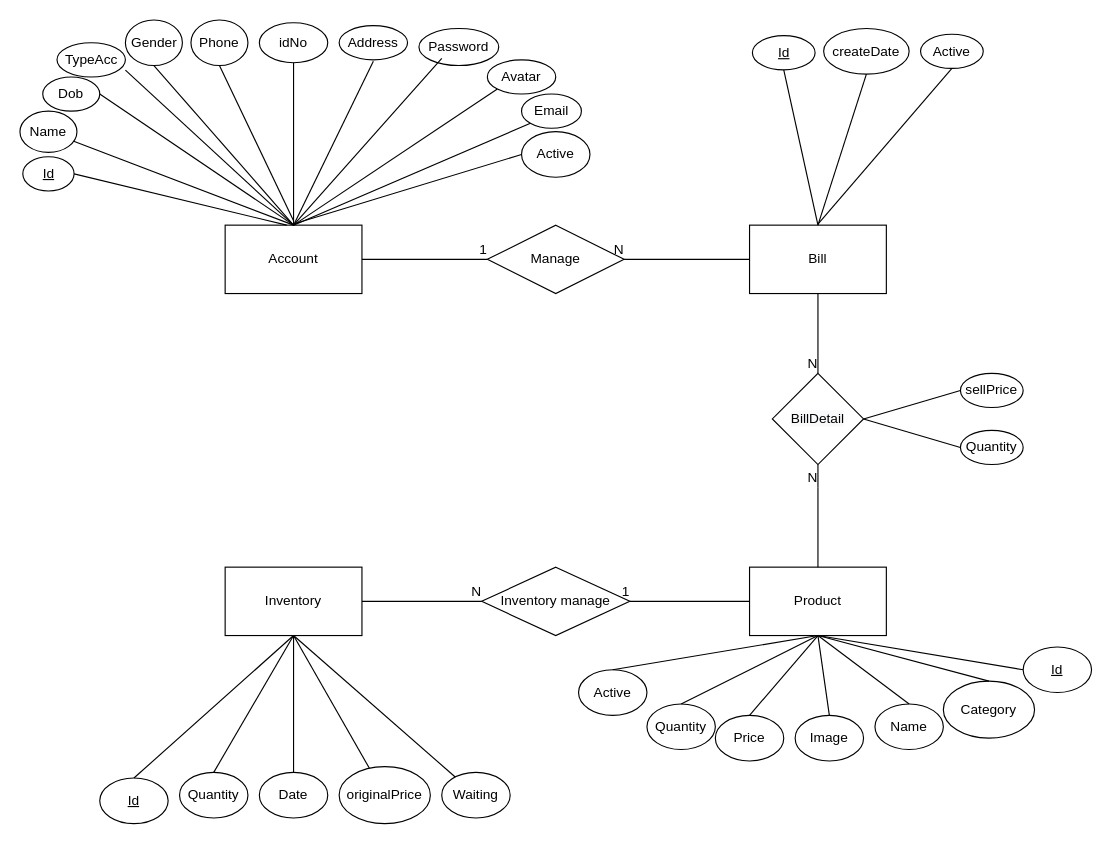
This is erd.drawio from khoahc/DBMS-QLCHNoiThat, a draw.io file, before an edit. Source tidied: cells renumbered, new cells numbered last; positions are measured from the earlier drawing's top-left corner, leaving out a move shared by most shapes. Both pictures are drawn from the tidied source at 114%, with x=0, y=0 at pixel (19, 19).
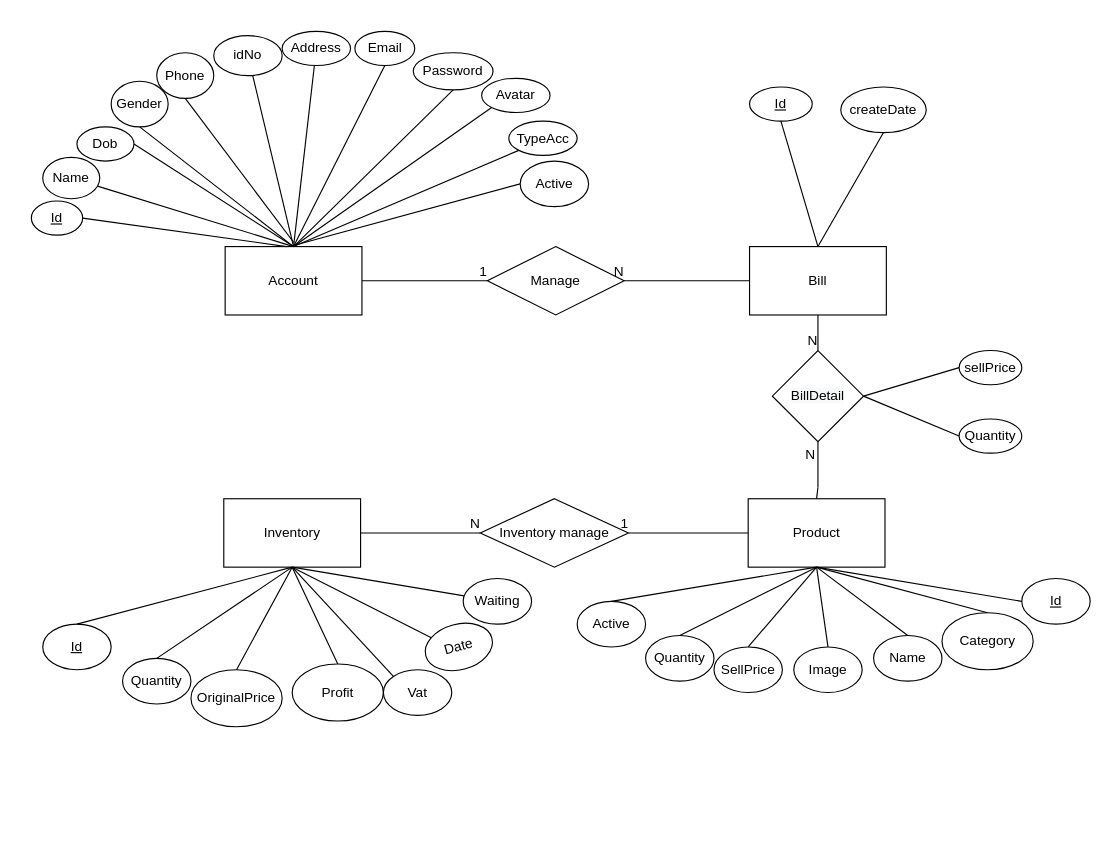
The same diagram, later.

The change refers to these unchanged cells:
```xml
<mxCell id="70" style="endArrow=none;html=1;rounded=0;exitX=0.5;exitY=0;exitDx=0;exitDy=0;" parent="1" edge="1" source="3">
  <mxGeometry relative="1" as="geometry">
    <mxPoint x="700" y="410" as="targetPoint" />
  </mxGeometry>
</mxCell>
```

Diff of the diagram source:
```diff
@@
     <mxCell id="2" value="Account" style="rounded=0;whiteSpace=wrap;html=1;" parent="1" vertex="1">
-      <mxGeometry x="180" y="180" width="120" height="60" as="geometry" />
+      <mxGeometry x="180" y="198.8" width="120" height="60" as="geometry" />
     </mxCell>
     <mxCell id="3" value="Product" style="rounded=0;whiteSpace=wrap;html=1;" parent="1" vertex="1">
-      <mxGeometry x="640" y="480" width="120" height="60" as="geometry" />
+      <mxGeometry x="638.8" y="420" width="120" height="60" as="geometry" />
     </mxCell>
     <mxCell id="4" value="Inventory" style="rounded=0;whiteSpace=wrap;html=1;" parent="1" vertex="1">
-      <mxGeometry x="180" y="480" width="120" height="60" as="geometry" />
+      <mxGeometry x="178.8" y="420" width="120" height="60" as="geometry" />
     </mxCell>
     <mxCell id="5" value="Bill" style="rounded=0;whiteSpace=wrap;html=1;" parent="1" vertex="1">
-      <mxGeometry x="640" y="180" width="120" height="60" as="geometry" />
+      <mxGeometry x="640" y="198.8" width="120" height="60" as="geometry" />
     </mxCell>
     <mxCell id="6" value="Gender" style="ellipse;whiteSpace=wrap;html=1;" parent="1" vertex="1">
-      <mxGeometry x="92.5" width="50" height="40" as="geometry" />
+      <mxGeometry x="80" y="53.8" width="50" height="40" as="geometry" />
     </mxCell>
     <mxCell id="7" value="Dob" style="ellipse;whiteSpace=wrap;html=1;" parent="1" vertex="1">
-      <mxGeometry x="20" y="50" width="50" height="30" as="geometry" />
+      <mxGeometry x="50" y="93.8" width="50" height="30" as="geometry" />
     </mxCell>
     <mxCell id="8" value="Name" style="ellipse;whiteSpace=wrap;html=1;" parent="1" vertex="1">
-      <mxGeometry y="80" width="50" height="36.2" as="geometry" />
+      <mxGeometry x="20" y="120.6" width="50" height="36.2" as="geometry" />
     </mxCell>
     <mxCell id="9" value="Email" style="ellipse;whiteSpace=wrap;html=1;" parent="1" vertex="1">
-      <mxGeometry x="440" y="65" width="52.5" height="30" as="geometry" />
+      <mxGeometry x="293.8" y="10" width="52.5" height="30" as="geometry" />
     </mxCell>
-    <mxCell id="10" value="Address" style="ellipse;whiteSpace=wrap;html=1;" parent="1" vertex="1">
-      <mxGeometry x="280" y="5" width="60" height="30" as="geometry" />
-    </mxCell>
     <mxCell id="11" value="idNo" style="ellipse;whiteSpace=wrap;html=1;" parent="1" vertex="1">
-      <mxGeometry x="210" y="2.5" width="60" height="35" as="geometry" />
+      <mxGeometry x="170" y="13.8" width="60" height="35" as="geometry" />
     </mxCell>
     <mxCell id="12" value="Phone" style="ellipse;whiteSpace=wrap;html=1;" parent="1" vertex="1">
-      <mxGeometry x="150" width="50" height="40" as="geometry" />
+      <mxGeometry x="120" y="28.8" width="50" height="40" as="geometry" />
     </mxCell>
     <mxCell id="13" value="Avatar" style="ellipse;whiteSpace=wrap;html=1;" parent="1" vertex="1">
-      <mxGeometry x="410" y="35" width="60" height="30" as="geometry" />
+      <mxGeometry x="405" y="51.2" width="60" height="30" as="geometry" />
     </mxCell>
     <mxCell id="14" value="Password" style="ellipse;whiteSpace=wrap;html=1;" parent="1" vertex="1">
-      <mxGeometry x="350" y="7.5" width="70" height="32.5" as="geometry" />
+      <mxGeometry x="345" y="28.8" width="70" height="32.5" as="geometry" />
     </mxCell>
     <mxCell id="15" value="TypeAcc" style="ellipse;whiteSpace=wrap;html=1;" parent="1" vertex="1">
-      <mxGeometry x="32.5" y="20" width="60" height="30" as="geometry" />
+      <mxGeometry x="428.8" y="88.8" width="60" height="30" as="geometry" />
     </mxCell>
     <mxCell id="16" value="Active" style="ellipse;whiteSpace=wrap;html=1;" parent="1" vertex="1">
-      <mxGeometry x="440" y="98" width="60" height="40" as="geometry" />
+      <mxGeometry x="438.8" y="123.8" width="60" height="40" as="geometry" />
     </mxCell>
     <mxCell id="17" value="&lt;u&gt;Id&lt;/u&gt;" style="ellipse;whiteSpace=wrap;html=1;" parent="1" vertex="1">
-      <mxGeometry x="2.5" y="120" width="45" height="30" as="geometry" />
+      <mxGeometry x="10" y="158.8" width="45" height="30" as="geometry" />
     </mxCell>
     <mxCell id="18" value="Active" style="ellipse;whiteSpace=wrap;html=1;" parent="1" vertex="1">
-      <mxGeometry x="490" y="570" width="60" height="40" as="geometry" />
+      <mxGeometry x="488.8" y="510" width="60" height="40" as="geometry" />
     </mxCell>
     <mxCell id="19" value="Quantity" style="ellipse;whiteSpace=wrap;html=1;" parent="1" vertex="1">
-      <mxGeometry x="550" y="600" width="60" height="40" as="geometry" />
+      <mxGeometry x="548.8" y="540" width="60" height="40" as="geometry" />
     </mxCell>
-    <mxCell id="20" value="Price" style="ellipse;whiteSpace=wrap;html=1;" parent="1" vertex="1">
-      <mxGeometry x="610" y="610" width="60" height="40" as="geometry" />
+    <mxCell id="20" value="SellPrice" style="ellipse;whiteSpace=wrap;html=1;" parent="1" vertex="1">
+      <mxGeometry x="608.8" y="550" width="60" height="40" as="geometry" />
     </mxCell>
     <mxCell id="21" value="Image" style="ellipse;whiteSpace=wrap;html=1;" parent="1" vertex="1">
-      <mxGeometry x="680" y="610" width="60" height="40" as="geometry" />
+      <mxGeometry x="678.8" y="550" width="60" height="40" as="geometry" />
     </mxCell>
     <mxCell id="22" value="Name" style="ellipse;whiteSpace=wrap;html=1;" parent="1" vertex="1">
-      <mxGeometry x="750" y="600" width="60" height="40" as="geometry" />
+      <mxGeometry x="748.8" y="540" width="60" height="40" as="geometry" />
     </mxCell>
     <mxCell id="23" value="Category" style="ellipse;whiteSpace=wrap;html=1;" parent="1" vertex="1">
-      <mxGeometry x="810" y="580" width="80" height="50" as="geometry" />
+      <mxGeometry x="808.8" y="520" width="80" height="50" as="geometry" />
     </mxCell>
     <mxCell id="24" value="&lt;u&gt;Id&lt;/u&gt;" style="ellipse;whiteSpace=wrap;html=1;" parent="1" vertex="1">
-      <mxGeometry x="880" y="550" width="60" height="40" as="geometry" />
+      <mxGeometry x="878.8" y="490" width="60" height="40" as="geometry" />
     </mxCell>
     <mxCell id="25" value="Waiting" style="ellipse;whiteSpace=wrap;html=1;" parent="1" vertex="1">
-      <mxGeometry x="370" y="660" width="60" height="40" as="geometry" />
+      <mxGeometry x="388.8" y="490" width="60" height="40" as="geometry" />
     </mxCell>
-    <mxCell id="26" value="Date" style="ellipse;whiteSpace=wrap;html=1;" parent="1" vertex="1">
-      <mxGeometry x="210" y="660" width="60" height="40" as="geometry" />
+    <mxCell id="26" value="Date" style="ellipse;whiteSpace=wrap;html=1;rotation=-15;" parent="1" vertex="1">
+      <mxGeometry x="355" y="530" width="60" height="40" as="geometry" />
     </mxCell>
-    <mxCell id="27" value="originalPrice" style="ellipse;whiteSpace=wrap;html=1;" parent="1" vertex="1">
-      <mxGeometry x="280" y="655" width="80" height="50" as="geometry" />
+    <mxCell id="27" value="OriginalPrice" style="ellipse;whiteSpace=wrap;html=1;" parent="1" vertex="1">
+      <mxGeometry x="150" y="570" width="80" height="50" as="geometry" />
     </mxCell>
     <mxCell id="28" value="Quantity" style="ellipse;whiteSpace=wrap;html=1;" parent="1" vertex="1">
-      <mxGeometry x="140" y="660" width="60" height="40" as="geometry" />
+      <mxGeometry x="90" y="560" width="60" height="40" as="geometry" />
     </mxCell>
     <mxCell id="29" value="&lt;u&gt;Id&lt;/u&gt;" style="ellipse;whiteSpace=wrap;html=1;" parent="1" vertex="1">
-      <mxGeometry x="70" y="665" width="60" height="40" as="geometry" />
+      <mxGeometry x="20" y="530" width="60" height="40" as="geometry" />
     </mxCell>
     <mxCell id="30" value="sellPrice" style="ellipse;whiteSpace=wrap;html=1;" parent="1" vertex="1">
-      <mxGeometry x="825" y="310" width="55" height="30" as="geometry" />
+      <mxGeometry x="823.8" y="290" width="55" height="30" as="geometry" />
     </mxCell>
     <mxCell id="31" value="Quantity" style="ellipse;whiteSpace=wrap;html=1;" parent="1" vertex="1">
-      <mxGeometry x="825" y="360" width="55" height="30" as="geometry" />
+      <mxGeometry x="823.8" y="350" width="55" height="30" as="geometry" />
     </mxCell>
-    <mxCell id="32" value="Active" style="ellipse;whiteSpace=wrap;html=1;" parent="1" vertex="1">
-      <mxGeometry x="790" y="12.5" width="55" height="30" as="geometry" />
-    </mxCell>
     <mxCell id="33" value="createDate" style="ellipse;whiteSpace=wrap;html=1;" parent="1" vertex="1">
-      <mxGeometry x="705" y="7.5" width="75" height="40" as="geometry" />
+      <mxGeometry x="720" y="58.8" width="75" height="40" as="geometry" />
     </mxCell>
     <mxCell id="34" value="&lt;u&gt;Id&lt;/u&gt;" style="ellipse;whiteSpace=wrap;html=1;" parent="1" vertex="1">
-      <mxGeometry x="642.5" y="13.8" width="55" height="30" as="geometry" />
+      <mxGeometry x="640" y="58.8" width="55" height="30" as="geometry" />
     </mxCell>
-    <mxCell id="35" style="endArrow=none;html=1;entryX=0;entryY=1;entryDx=0;entryDy=0;" parent="1" edge="1" target="9">
+    <mxCell id="35" style="endArrow=none;html=1;entryX=0.5;entryY=1;entryDx=0;entryDy=0;" parent="1" edge="1" target="9">
       <mxGeometry relative="1" as="geometry">
-        <mxPoint x="240" y="180" as="sourcePoint" />
+        <mxPoint x="240" y="198.8" as="sourcePoint" />
       </mxGeometry>
     </mxCell>
-    <mxCell id="36" style="endArrow=none;html=1;entryX=0.286;entryY=0.808;entryDx=0;entryDy=0;entryPerimeter=0;exitX=0.5;exitY=0;exitDx=0;exitDy=0;" parent="1" edge="1" source="2" target="14">
+    <mxCell id="36" style="endArrow=none;html=1;entryX=0.5;entryY=1;entryDx=0;entryDy=0;exitX=0.5;exitY=0;exitDx=0;exitDy=0;" parent="1" edge="1" source="2" target="14">
       <mxGeometry relative="1" as="geometry" />
     </mxCell>
@@
-    <mxCell id="38" style="endArrow=none;html=1;exitX=0.5;exitY=0;exitDx=0;exitDy=0;" parent="1" edge="1" source="2">
-      <mxGeometry relative="1" as="geometry">
-        <mxPoint x="310" y="36.2" as="targetPoint" />
-      </mxGeometry>
-    </mxCell>
     <mxCell id="39" style="endArrow=none;html=1;entryX=0;entryY=0.5;entryDx=0;entryDy=0;" parent="1" edge="1" target="16">
       <mxGeometry relative="1" as="geometry">
-        <mxPoint x="240" y="179" as="sourcePoint" />
+        <mxPoint x="240" y="197.8" as="sourcePoint" />
       </mxGeometry>
     </mxCell>
@@
-    <mxCell id="42" style="endArrow=none;html=1;entryX=1;entryY=0.8;entryDx=0;entryDy=0;entryPerimeter=0;exitX=0.5;exitY=0;exitDx=0;exitDy=0;" parent="1" edge="1" source="2" target="15">
+    <mxCell id="42" style="endArrow=none;html=1;entryX=0;entryY=1;entryDx=0;entryDy=0;exitX=0.5;exitY=0;exitDx=0;exitDy=0;" parent="1" edge="1" source="2" target="15">
       <mxGeometry relative="1" as="geometry" />
     </mxCell>
@@
     <mxCell id="44" style="endArrow=none;html=1;entryX=0.5;entryY=1;entryDx=0;entryDy=0;" parent="1" edge="1" target="12">
       <mxGeometry relative="1" as="geometry">
-        <mxPoint x="240" y="176.2" as="sourcePoint" />
+        <mxPoint x="240" y="195" as="sourcePoint" />
       </mxGeometry>
     </mxCell>
@@
     <mxCell id="47" value="&#10;&#10;&lt;span style=&quot;color: rgb(0, 0, 0); font-family: helvetica; font-size: 12px; font-style: normal; font-weight: 400; letter-spacing: normal; text-align: center; text-indent: 0px; text-transform: none; word-spacing: 0px; background-color: rgb(248, 249, 250); display: inline; float: none;&quot;&gt;BillDetail&lt;/span&gt;&#10;&#10;" style="rhombus;whiteSpace=wrap;html=1;" parent="1" vertex="1">
-      <mxGeometry x="660" y="310" width="80" height="80" as="geometry" />
+      <mxGeometry x="660" y="290" width="80" height="80" as="geometry" />
     </mxCell>
     <mxCell id="48" style="endArrow=none;html=1;exitX=0.5;exitY=0;exitDx=0;exitDy=0;" parent="1" edge="1" source="22">
       <mxGeometry relative="1" as="geometry">
-        <mxPoint x="700" y="540" as="targetPoint" />
+        <mxPoint x="698.8" y="480" as="targetPoint" />
       </mxGeometry>
     </mxCell>
     <mxCell id="49" style="endArrow=none;html=1;exitX=0.5;exitY=0;exitDx=0;exitDy=0;" parent="1" edge="1" source="21">
       <mxGeometry relative="1" as="geometry">
-        <mxPoint x="700" y="540" as="targetPoint" />
+        <mxPoint x="698.8" y="480" as="targetPoint" />
       </mxGeometry>
     </mxCell>
     <mxCell id="50" style="endArrow=none;html=1;exitX=0.5;exitY=0;exitDx=0;exitDy=0;" parent="1" edge="1" source="20">
       <mxGeometry relative="1" as="geometry">
-        <mxPoint x="700" y="540" as="targetPoint" />
+        <mxPoint x="698.8" y="480" as="targetPoint" />
       </mxGeometry>
     </mxCell>
     <mxCell id="51" style="endArrow=none;html=1;exitX=0.5;exitY=0;exitDx=0;exitDy=0;" parent="1" edge="1" source="19">
       <mxGeometry relative="1" as="geometry">
-        <mxPoint x="700" y="540" as="targetPoint" />
+        <mxPoint x="698.8" y="480" as="targetPoint" />
       </mxGeometry>
     </mxCell>
     <mxCell id="52" style="endArrow=none;html=1;exitX=0.5;exitY=0;exitDx=0;exitDy=0;" parent="1" edge="1" source="18">
       <mxGeometry relative="1" as="geometry">
-        <mxPoint x="700" y="540" as="targetPoint" />
+        <mxPoint x="698.8" y="480" as="targetPoint" />
       </mxGeometry>
     </mxCell>
     <mxCell id="53" style="endArrow=none;html=1;exitX=0;exitY=0.5;exitDx=0;exitDy=0;" parent="1" edge="1" source="24">
       <mxGeometry relative="1" as="geometry">
-        <mxPoint x="700" y="540" as="targetPoint" />
+        <mxPoint x="698.8" y="480" as="targetPoint" />
       </mxGeometry>
     </mxCell>
@@
-    <mxCell id="57" style="endArrow=none;html=1;exitX=0.5;exitY=1;exitDx=0;exitDy=0;" parent="1" edge="1" source="32">
-      <mxGeometry relative="1" as="geometry">
-        <mxPoint x="700" y="179" as="targetPoint" />
-      </mxGeometry>
-    </mxCell>
@@
     <mxCell id="59" style="endArrow=none;html=1;entryX=0.5;entryY=1;entryDx=0;entryDy=0;" parent="1" edge="1" target="34">
       <mxGeometry relative="1" as="geometry">
-        <mxPoint x="700" y="180" as="sourcePoint" />
+        <mxPoint x="700" y="198.8" as="sourcePoint" />
       </mxGeometry>
     </mxCell>
     <mxCell id="60" value="Inventory manage" style="shape=rhombus;perimeter=rhombusPerimeter;whiteSpace=wrap;html=1;align=center;" parent="1" vertex="1">
-      <mxGeometry x="405" y="480" width="130" height="60" as="geometry" />
+      <mxGeometry x="403.8" y="420" width="130" height="60" as="geometry" />
     </mxCell>
     <mxCell id="61" value="Manage" style="shape=rhombus;perimeter=rhombusPerimeter;whiteSpace=wrap;html=1;align=center;" parent="1" vertex="1">
-      <mxGeometry x="410" y="180" width="120" height="60" as="geometry" />
+      <mxGeometry x="410" y="198.8" width="120" height="60" as="geometry" />
     </mxCell>
@@
     <mxCell id="71" value="N" style="html=1;align=right;verticalAlign=bottom;" parent="70" vertex="1">
-      <mxGeometry x="1" relative="1" as="geometry" />
+      <mxGeometry x="1" relative="1" as="geometry">
+        <mxPoint x="-2" y="-20" as="offset" />
+      </mxGeometry>
     </mxCell>
@@
     <mxCell id="73" style="endArrow=none;html=1;" parent="1" edge="1" source="25">
       <mxGeometry relative="1" as="geometry">
-        <mxPoint x="240" y="540" as="targetPoint" />
+        <mxPoint x="238.8" y="480" as="targetPoint" />
       </mxGeometry>
     </mxCell>
-    <mxCell id="74" style="endArrow=none;html=1;exitX=0.5;exitY=1;exitDx=0;exitDy=0;" parent="1" edge="1" source="4" target="27">
+    <mxCell id="74" style="endArrow=none;html=1;exitX=0.5;exitY=1;exitDx=0;exitDy=0;entryX=0.5;entryY=0;entryDx=0;entryDy=0;" parent="1" edge="1" source="4" target="27">
       <mxGeometry relative="1" as="geometry" />
     </mxCell>
-    <mxCell id="75" style="endArrow=none;html=1;exitX=0.5;exitY=1;exitDx=0;exitDy=0;entryX=0.5;entryY=0;entryDx=0;entryDy=0;" parent="1" edge="1" source="4" target="26">
+    <mxCell id="75" style="endArrow=none;html=1;exitX=0.5;exitY=1;exitDx=0;exitDy=0;entryX=0;entryY=0;entryDx=0;entryDy=0;" parent="1" edge="1" source="4" target="26">
       <mxGeometry relative="1" as="geometry" />
     </mxCell>
     <mxCell id="76" style="endArrow=none;html=1;exitX=0.5;exitY=0;exitDx=0;exitDy=0;" parent="1" edge="1" source="28">
       <mxGeometry relative="1" as="geometry">
-        <mxPoint x="240" y="540" as="targetPoint" />
+        <mxPoint x="238.8" y="480" as="targetPoint" />
       </mxGeometry>
     </mxCell>
@@
+    <mxCell id="80" style="group;" parent="1" vertex="1">
+      <mxGeometry x="230" y="10" width="60" height="41.2" as="geometry" />
+    </mxCell>
+    <mxCell id="10" value="Address" style="ellipse;whiteSpace=wrap;html=1;" parent="80" vertex="1">
+      <mxGeometry width="60" height="30" as="geometry" />
+    </mxCell>
+    <mxCell id="38" style="endArrow=none;html=1;exitX=0.5;exitY=0;exitDx=0;exitDy=0;" parent="1" edge="1" source="2" target="10">
+      <mxGeometry relative="1" as="geometry" />
+    </mxCell>
+    <mxCell id="81" value="Profit" style="ellipse;whiteSpace=wrap;html=1;" parent="1" vertex="1">
+      <mxGeometry x="238.8" y="565" width="80" height="50" as="geometry" />
+    </mxCell>
+    <mxCell id="82" style="endArrow=none;html=1;entryX=0.5;entryY=0;entryDx=0;entryDy=0;" parent="1" edge="1" target="81">
+      <mxGeometry relative="1" as="geometry">
+        <mxPoint x="238.8" y="480" as="sourcePoint" />
+      </mxGeometry>
+    </mxCell>
+    <mxCell id="83" style="edgeStyle=none;rounded=0;orthogonalLoop=1;jettySize=auto;html=1;exitX=1;exitY=0.5;exitDx=0;exitDy=0;" parent="1" edge="1">
+      <mxGeometry relative="1" as="geometry">
+        <mxPoint x="318.8" y="615" as="sourcePoint" />
+        <mxPoint x="318.8" y="615" as="targetPoint" />
+      </mxGeometry>
+    </mxCell>
+    <mxCell id="84" value="Vat" style="ellipse;whiteSpace=wrap;html=1;" parent="1" vertex="1">
+      <mxGeometry x="318.8" y="570" width="60" height="40" as="geometry" />
+    </mxCell>
+    <mxCell id="85" style="endArrow=none;html=1;exitX=0.5;exitY=1;exitDx=0;exitDy=0;entryX=0;entryY=0;entryDx=0;entryDy=0;" parent="1" edge="1" source="4" target="84">
+      <mxGeometry relative="1" as="geometry" />
+    </mxCell>
```
